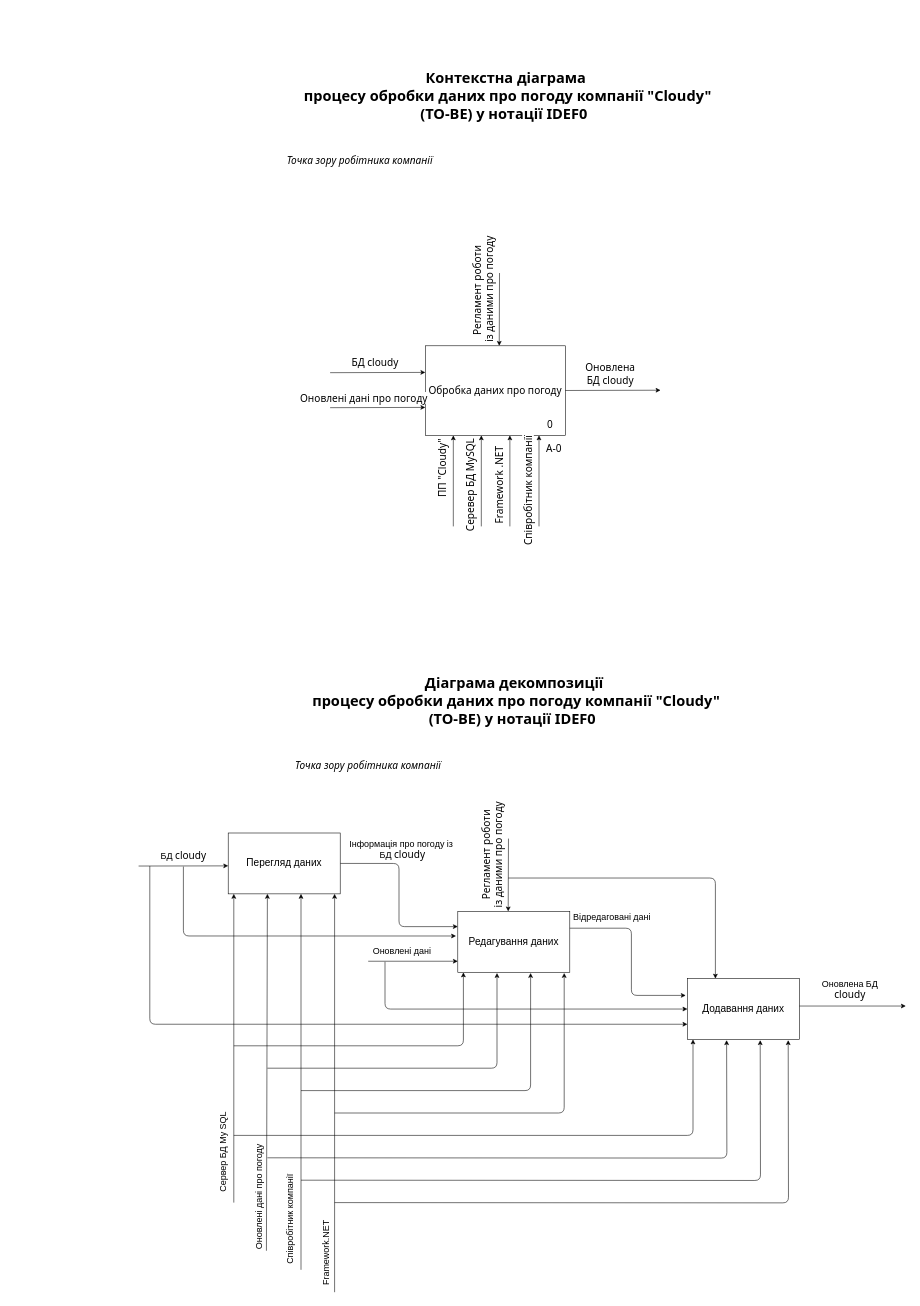
godlyfrenemy/Cloudy keeps this draw.io diagram as page "IDEF0" (2 of 2) of BPMN i IDEF0.drawio. Above is the earlier version. Source tidied: cells renumbered, new cells numbered last; positions are measured from the earlier drawing's top-left corner, leaving out a move shared by most shapes. Both pictures are drawn from the tidied source at 56%, with x=0, y=0 at pixel (138, 66).
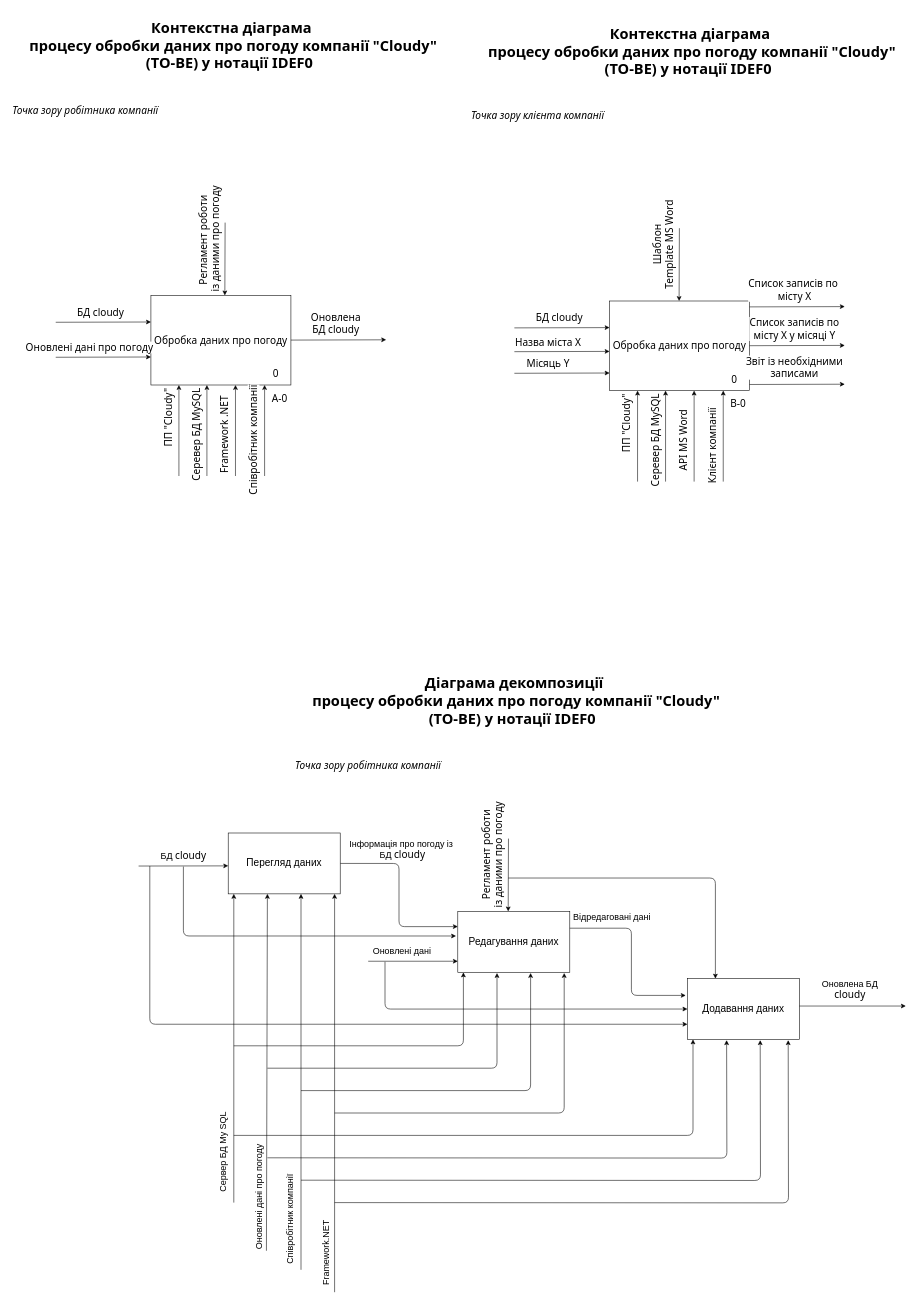
After the change.

Change to the diagram source:
```diff
@@
     <mxCell id="2" value="&lt;span lang=&quot;UK&quot; style=&quot;white-space: normal ; font-size: 18px ; line-height: 15.6933px&quot;&gt;Обробка даних про погоду&lt;/span&gt;" style="rounded=0;whiteSpace=wrap;html=1;fontSize=18;fontFamily=Tahoma;fontStyle=0;" parent="1" vertex="1">
-      <mxGeometry x="512" y="500" width="250" height="160" as="geometry" />
+      <mxGeometry x="22" y="410" width="250" height="160" as="geometry" />
     </mxCell>
     <mxCell id="3" style="endArrow=classic;html=1;fontFamily=Tahoma;fontSize=18;entryX=0;entryY=0.25;entryDx=0;entryDy=0;" parent="1" edge="1">
       <mxGeometry relative="1" as="geometry">
-        <mxPoint x="342" y="548" as="sourcePoint" />
-        <mxPoint x="512" y="547.5" as="targetPoint" />
+        <mxPoint x="-148" y="458" as="sourcePoint" />
+        <mxPoint x="22" y="457.5" as="targetPoint" />
       </mxGeometry>
     </mxCell>
@@
     <mxCell id="5" style="endArrow=classic;html=1;fontFamily=Tahoma;fontSize=18;entryX=0;entryY=0.25;entryDx=0;entryDy=0;" parent="1" edge="1">
       <mxGeometry relative="1" as="geometry">
-        <mxPoint x="342" y="610.5" as="sourcePoint" />
-        <mxPoint x="512" y="610" as="targetPoint" />
+        <mxPoint x="-148" y="520.5" as="sourcePoint" />
+        <mxPoint x="22" y="520" as="targetPoint" />
       </mxGeometry>
     </mxCell>
@@
     <mxCell id="7" style="endArrow=classic;html=1;fontFamily=Tahoma;fontSize=18;entryX=0;entryY=0.25;entryDx=0;entryDy=0;" parent="1" edge="1">
       <mxGeometry relative="1" as="geometry">
-        <mxPoint x="644.5" y="370" as="sourcePoint" />
-        <mxPoint x="644" y="500" as="targetPoint" />
+        <mxPoint x="154.5" y="280" as="sourcePoint" />
+        <mxPoint x="154" y="410" as="targetPoint" />
       </mxGeometry>
     </mxCell>
@@
     <mxCell id="9" style="endArrow=classic;html=1;fontFamily=Tahoma;fontSize=18;entryX=0;entryY=0.25;entryDx=0;entryDy=0;" parent="1" edge="1">
       <mxGeometry relative="1" as="geometry">
-        <mxPoint x="562" y="822.5" as="sourcePoint" />
-        <mxPoint x="562" y="660" as="targetPoint" />
+        <mxPoint x="72" y="732.5" as="sourcePoint" />
+        <mxPoint x="72" y="570" as="targetPoint" />
       </mxGeometry>
     </mxCell>
@@
     <mxCell id="11" style="endArrow=classic;html=1;fontFamily=Tahoma;fontSize=18;entryX=0;entryY=0.25;entryDx=0;entryDy=0;" parent="1" edge="1">
       <mxGeometry relative="1" as="geometry">
-        <mxPoint x="612" y="822.5" as="sourcePoint" />
-        <mxPoint x="612" y="660" as="targetPoint" />
+        <mxPoint x="122" y="732.5" as="sourcePoint" />
+        <mxPoint x="122" y="570" as="targetPoint" />
       </mxGeometry>
     </mxCell>
@@
     <mxCell id="13" style="endArrow=classic;html=1;fontFamily=Tahoma;fontSize=18;entryX=0;entryY=0.25;entryDx=0;entryDy=0;" parent="1" edge="1">
       <mxGeometry relative="1" as="geometry">
-        <mxPoint x="663" y="822.5" as="sourcePoint" />
-        <mxPoint x="663" y="660" as="targetPoint" />
+        <mxPoint x="173" y="732.5" as="sourcePoint" />
+        <mxPoint x="173" y="570" as="targetPoint" />
       </mxGeometry>
     </mxCell>
@@
     <mxCell id="15" style="endArrow=classic;html=1;fontFamily=Tahoma;fontSize=18;entryX=0;entryY=0.25;entryDx=0;entryDy=0;" parent="1" edge="1">
       <mxGeometry relative="1" as="geometry">
-        <mxPoint x="762" y="579.8" as="sourcePoint" />
-        <mxPoint x="932" y="579.3" as="targetPoint" />
+        <mxPoint x="272" y="489.8" as="sourcePoint" />
+        <mxPoint x="442" y="489.3" as="targetPoint" />
       </mxGeometry>
     </mxCell>
@@
     <mxCell id="17" value="A-0" style="text;html=1;strokeColor=none;fillColor=none;align=center;verticalAlign=middle;whiteSpace=wrap;rounded=0;fontFamily=Tahoma;fontSize=18;" parent="1" vertex="1">
-      <mxGeometry x="722" y="673" width="40" height="20" as="geometry" />
+      <mxGeometry x="232" y="583" width="40" height="20" as="geometry" />
     </mxCell>
     <mxCell id="18" value="&lt;h1 style=&quot;text-align: center ; font-size: 26px&quot;&gt;Контекстна діаграма&lt;br&gt;&amp;nbsp;процесу обробки даних про погоду компанії &quot;Cloudy&quot; (TO-BE) у нотації IDEF0&amp;nbsp;&lt;/h1&gt;&lt;p&gt;&lt;br&gt;&lt;/p&gt;&lt;p&gt;&lt;i&gt;Точка зору робітника компанії&lt;/i&gt;&lt;/p&gt;" style="text;html=1;strokeColor=none;fillColor=none;spacing=5;spacingTop=-20;whiteSpace=wrap;overflow=hidden;rounded=0;fontFamily=Tahoma;fontSize=18;" parent="1" vertex="1">
-      <mxGeometry x="260" width="790" height="280" as="geometry" />
+      <mxGeometry x="-230" y="-90" width="790" height="280" as="geometry" />
     </mxCell>
     <mxCell id="19" value="0" style="text;html=1;strokeColor=none;fillColor=none;align=center;verticalAlign=middle;whiteSpace=wrap;rounded=0;fontFamily=Tahoma;fontSize=18;" parent="1" vertex="1">
-      <mxGeometry x="715" y="630" width="40" height="20" as="geometry" />
+      <mxGeometry x="225" y="540" width="40" height="20" as="geometry" />
     </mxCell>
     <mxCell id="20" style="endArrow=classic;html=1;fontFamily=Tahoma;fontSize=18;entryX=0;entryY=0.25;entryDx=0;entryDy=0;" parent="1" edge="1">
       <mxGeometry relative="1" as="geometry">
-        <mxPoint x="715" y="822.5" as="sourcePoint" />
-        <mxPoint x="715" y="660" as="targetPoint" />
+        <mxPoint x="225" y="732.5" as="sourcePoint" />
+        <mxPoint x="225" y="570" as="targetPoint" />
       </mxGeometry>
     </mxCell>
@@
+    <mxCell id="58" value="&lt;span lang=&quot;UK&quot; style=&quot;white-space: normal ; font-size: 18px ; line-height: 15.6933px&quot;&gt;Обробка даних про погоду&lt;/span&gt;" style="rounded=0;whiteSpace=wrap;html=1;fontSize=18;fontFamily=Tahoma;fontStyle=0;" parent="1" vertex="1">
+      <mxGeometry x="841" y="420" width="250" height="160" as="geometry" />
+    </mxCell>
+    <mxCell id="59" style="endArrow=classic;html=1;fontFamily=Tahoma;fontSize=18;entryX=0;entryY=0.25;entryDx=0;entryDy=0;" parent="1" edge="1">
+      <mxGeometry relative="1" as="geometry">
+        <mxPoint x="671" y="468" as="sourcePoint" />
+        <mxPoint x="841" y="467.5" as="targetPoint" />
+      </mxGeometry>
+    </mxCell>
+    <mxCell id="60" value="БД cloudy" style="text;html=1;align=center;verticalAlign=middle;labelBackgroundColor=#ffffff;fontSize=18;fontFamily=Tahoma;" parent="59" vertex="1">
+      <mxGeometry x="0.27" relative="1" as="geometry">
+        <mxPoint x="-28" y="-17.7" as="offset" />
+      </mxGeometry>
+    </mxCell>
+    <mxCell id="61" style="endArrow=classic;html=1;fontFamily=Tahoma;fontSize=18;entryX=0;entryY=0.25;entryDx=0;entryDy=0;" parent="1" edge="1">
+      <mxGeometry relative="1" as="geometry">
+        <mxPoint x="671" y="510.5" as="sourcePoint" />
+        <mxPoint x="841" y="510" as="targetPoint" />
+      </mxGeometry>
+    </mxCell>
+    <mxCell id="62" value="Назва міста Х" style="text;html=1;align=center;verticalAlign=middle;labelBackgroundColor=#ffffff;fontSize=18;fontFamily=Tahoma;" parent="61" vertex="1">
+      <mxGeometry x="0.27" relative="1" as="geometry">
+        <mxPoint x="-48" y="-17.7" as="offset" />
+      </mxGeometry>
+    </mxCell>
+    <mxCell id="63" style="endArrow=classic;html=1;fontFamily=Tahoma;fontSize=18;entryX=0;entryY=0.25;entryDx=0;entryDy=0;" parent="1" edge="1">
+      <mxGeometry relative="1" as="geometry">
+        <mxPoint x="891" y="742.5" as="sourcePoint" />
+        <mxPoint x="891" y="580" as="targetPoint" />
+      </mxGeometry>
+    </mxCell>
+    <mxCell id="64" value="ПП &quot;Cloudy&quot;" style="text;html=1;align=center;verticalAlign=middle;labelBackgroundColor=#ffffff;fontSize=18;fontFamily=Tahoma;rotation=-90;" parent="63" vertex="1">
+      <mxGeometry x="0.27" relative="1" as="geometry">
+        <mxPoint x="-20" y="0.2" as="offset" />
+      </mxGeometry>
+    </mxCell>
+    <mxCell id="65" style="endArrow=classic;html=1;fontFamily=Tahoma;fontSize=18;entryX=0;entryY=0.25;entryDx=0;entryDy=0;" parent="1" edge="1">
+      <mxGeometry relative="1" as="geometry">
+        <mxPoint x="941" y="742.5" as="sourcePoint" />
+        <mxPoint x="941" y="580" as="targetPoint" />
+      </mxGeometry>
+    </mxCell>
+    <mxCell id="66" value="Серевер БД MySQL" style="text;html=1;align=center;verticalAlign=middle;labelBackgroundColor=#ffffff;fontSize=18;fontFamily=Tahoma;rotation=-90;" parent="65" vertex="1">
+      <mxGeometry x="0.27" relative="1" as="geometry">
+        <mxPoint x="-20" y="30.5" as="offset" />
+      </mxGeometry>
+    </mxCell>
+    <mxCell id="67" style="endArrow=classic;html=1;fontFamily=Tahoma;fontSize=18;entryX=0;entryY=0.25;entryDx=0;entryDy=0;" parent="1" edge="1">
+      <mxGeometry relative="1" as="geometry">
+        <mxPoint x="992" y="742.5" as="sourcePoint" />
+        <mxPoint x="992" y="580" as="targetPoint" />
+      </mxGeometry>
+    </mxCell>
+    <mxCell id="68" value="API MS Word" style="text;html=1;align=center;verticalAlign=middle;labelBackgroundColor=#ffffff;fontSize=18;fontFamily=Tahoma;rotation=-90;" parent="67" vertex="1">
+      <mxGeometry x="0.27" relative="1" as="geometry">
+        <mxPoint x="-20" y="30.5" as="offset" />
+      </mxGeometry>
+    </mxCell>
+    <mxCell id="69" style="endArrow=classic;html=1;fontFamily=Tahoma;fontSize=18;entryX=0;entryY=0.25;entryDx=0;entryDy=0;" parent="1" edge="1">
+      <mxGeometry relative="1" as="geometry">
+        <mxPoint x="1091" y="569.1" as="sourcePoint" />
+        <mxPoint x="1261" y="568.6" as="targetPoint" />
+      </mxGeometry>
+    </mxCell>
+    <mxCell id="70" value="Звіт із необхідними&lt;br&gt;записами" style="text;html=1;align=center;verticalAlign=middle;labelBackgroundColor=#ffffff;fontSize=18;fontFamily=Tahoma;" parent="69" vertex="1">
+      <mxGeometry x="0.27" relative="1" as="geometry">
+        <mxPoint x="-28" y="-30.2" as="offset" />
+      </mxGeometry>
+    </mxCell>
+    <mxCell id="71" value="B-0" style="text;html=1;strokeColor=none;fillColor=none;align=center;verticalAlign=middle;whiteSpace=wrap;rounded=0;fontFamily=Tahoma;fontSize=18;" parent="1" vertex="1">
+      <mxGeometry x="1051" y="593" width="40" height="20" as="geometry" />
+    </mxCell>
+    <mxCell id="72" value="&lt;h1 style=&quot;text-align: center ; font-size: 26px&quot;&gt;Контекстна діаграма&lt;br&gt;&amp;nbsp;процесу обробки даних про погоду компанії &quot;Cloudy&quot; (TO-BE) у нотації IDEF0&amp;nbsp;&lt;/h1&gt;&lt;p&gt;&lt;br&gt;&lt;/p&gt;&lt;p&gt;&lt;i&gt;Точка зору клієнта компанії&lt;/i&gt;&lt;/p&gt;" style="text;html=1;strokeColor=none;fillColor=none;spacing=5;spacingTop=-20;whiteSpace=wrap;overflow=hidden;rounded=0;fontFamily=Tahoma;fontSize=18;" parent="1" vertex="1">
+      <mxGeometry x="589" y="-80" width="790" height="280" as="geometry" />
+    </mxCell>
+    <mxCell id="73" value="0" style="text;html=1;strokeColor=none;fillColor=none;align=center;verticalAlign=middle;whiteSpace=wrap;rounded=0;fontFamily=Tahoma;fontSize=18;" parent="1" vertex="1">
+      <mxGeometry x="1044" y="550" width="40" height="20" as="geometry" />
+    </mxCell>
+    <mxCell id="74" style="endArrow=classic;html=1;fontFamily=Tahoma;fontSize=18;entryX=0;entryY=0.25;entryDx=0;entryDy=0;" parent="1" edge="1">
+      <mxGeometry relative="1" as="geometry">
+        <mxPoint x="1044" y="742.5" as="sourcePoint" />
+        <mxPoint x="1044" y="580" as="targetPoint" />
+      </mxGeometry>
+    </mxCell>
+    <mxCell id="75" value="Клієнт компанії" style="text;html=1;align=center;verticalAlign=middle;labelBackgroundColor=#ffffff;fontSize=18;fontFamily=Tahoma;rotation=-90;" parent="74" vertex="1">
+      <mxGeometry x="0.27" relative="1" as="geometry">
+        <mxPoint x="-20" y="40.2" as="offset" />
+      </mxGeometry>
+    </mxCell>
+    <mxCell id="76" style="endArrow=classic;html=1;fontFamily=Tahoma;fontSize=18;entryX=0;entryY=0.25;entryDx=0;entryDy=0;" parent="1" edge="1">
+      <mxGeometry relative="1" as="geometry">
+        <mxPoint x="965.7" y="290" as="sourcePoint" />
+        <mxPoint x="965.2" y="420" as="targetPoint" />
+      </mxGeometry>
+    </mxCell>
+    <mxCell id="77" value="Шаблон &lt;br&gt;Template MS Word" style="text;html=1;align=center;verticalAlign=middle;labelBackgroundColor=#ffffff;fontSize=18;fontFamily=Tahoma;rotation=-90;" parent="76" vertex="1">
+      <mxGeometry x="0.27" relative="1" as="geometry">
+        <mxPoint x="-28" y="-53" as="offset" />
+      </mxGeometry>
+    </mxCell>
+    <mxCell id="78" style="endArrow=classic;html=1;fontFamily=Tahoma;fontSize=18;entryX=0;entryY=0.25;entryDx=0;entryDy=0;" parent="1" edge="1">
+      <mxGeometry relative="1" as="geometry">
+        <mxPoint x="671" y="549.1" as="sourcePoint" />
+        <mxPoint x="841" y="548.6" as="targetPoint" />
+      </mxGeometry>
+    </mxCell>
+    <mxCell id="79" value="Місяць Y" style="text;html=1;align=center;verticalAlign=middle;labelBackgroundColor=#ffffff;fontSize=18;fontFamily=Tahoma;" parent="78" vertex="1">
+      <mxGeometry x="0.27" relative="1" as="geometry">
+        <mxPoint x="-48" y="-17.7" as="offset" />
+      </mxGeometry>
+    </mxCell>
+    <mxCell id="80" style="endArrow=classic;html=1;fontFamily=Tahoma;fontSize=18;entryX=0;entryY=0.25;entryDx=0;entryDy=0;" parent="1" edge="1">
+      <mxGeometry relative="1" as="geometry">
+        <mxPoint x="1091" y="430.5" as="sourcePoint" />
+        <mxPoint x="1261" y="430" as="targetPoint" />
+      </mxGeometry>
+    </mxCell>
+    <mxCell id="81" value="Список записів по&amp;nbsp;&lt;br&gt;місту Х" style="text;html=1;align=center;verticalAlign=middle;labelBackgroundColor=#ffffff;fontSize=18;fontFamily=Tahoma;" parent="80" vertex="1">
+      <mxGeometry x="0.27" relative="1" as="geometry">
+        <mxPoint x="-28" y="-30.2" as="offset" />
+      </mxGeometry>
+    </mxCell>
+    <mxCell id="82" style="endArrow=classic;html=1;fontFamily=Tahoma;fontSize=18;entryX=0;entryY=0.25;entryDx=0;entryDy=0;" parent="1" edge="1">
+      <mxGeometry relative="1" as="geometry">
+        <mxPoint x="1091" y="499.8" as="sourcePoint" />
+        <mxPoint x="1261" y="499.3" as="targetPoint" />
+      </mxGeometry>
+    </mxCell>
+    <mxCell id="83" value="Список записів по&lt;br&gt;місту Х у місяці Y" style="text;html=1;align=center;verticalAlign=middle;labelBackgroundColor=#ffffff;fontSize=18;fontFamily=Tahoma;" parent="82" vertex="1">
+      <mxGeometry x="0.27" relative="1" as="geometry">
+        <mxPoint x="-28" y="-30.2" as="offset" />
+      </mxGeometry>
+    </mxCell>
```
